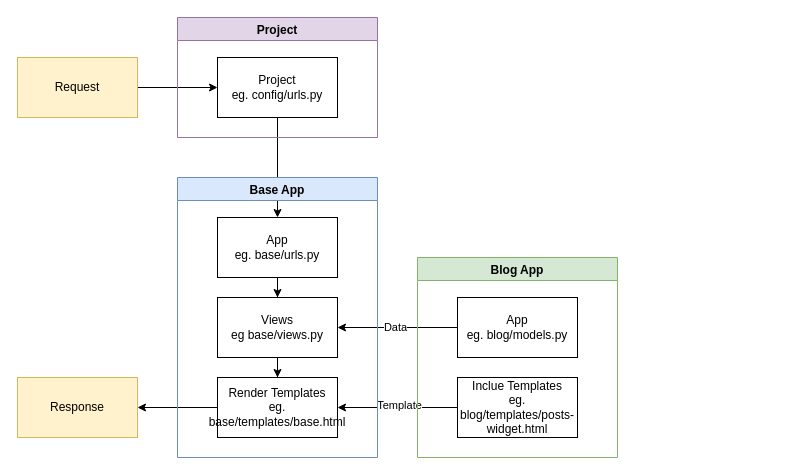
Before: Django.drawio in freiholtz/freiholtz, a draw.io diagram. Source tidied: cells renumbered, new cells numbered last; positions are measured from the earlier drawing's top-left corner, leaving out a move shared by most shapes. Both pictures are drawn from the tidied source at 100%, with x=0, y=0 at pixel (17, 17).
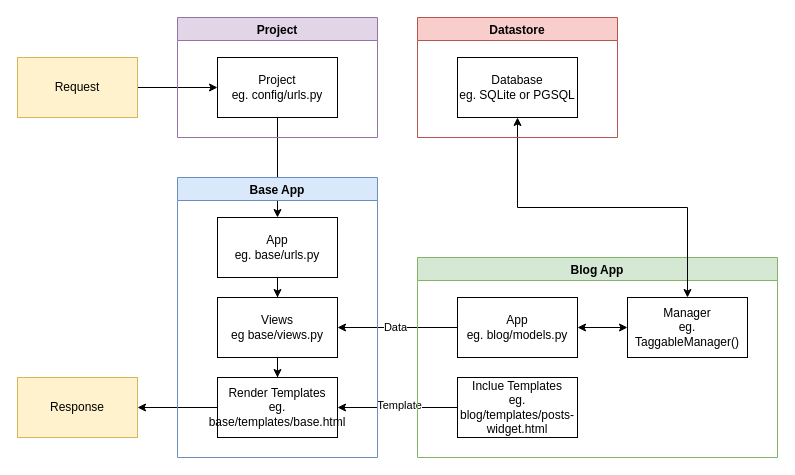
The same diagram, later.

Change to the diagram source:
```diff
@@
     <mxCell id="17" value="Blog App" style="swimlane;fillColor=#d5e8d4;strokeColor=#82b366;" parent="1" vertex="1">
-      <mxGeometry x="400" y="240" width="200" height="200" as="geometry" />
+      <mxGeometry x="400" y="240" width="360" height="200" as="geometry" />
     </mxCell>
@@
+    <mxCell id="22" value="Manager&lt;br&gt;eg. TaggableManager()" style="rounded=0;whiteSpace=wrap;html=1;" parent="17" vertex="1">
+      <mxGeometry x="210" y="40" width="120" height="60" as="geometry" />
+    </mxCell>
@@
+    <mxCell id="23" style="endArrow=classic;startArrow=classic;html=1;rounded=0;entryX=0;entryY=0.5;entryDx=0;entryDy=0;" parent="1" edge="1" target="22">
+      <mxGeometry relative="1" as="geometry">
+        <mxPoint x="560" y="310" as="sourcePoint" />
+      </mxGeometry>
+    </mxCell>
+    <mxCell id="24" style="edgeStyle=orthogonalEdgeStyle;rounded=0;jettySize=auto;html=1;exitX=0.5;exitY=0;exitDx=0;exitDy=0;startArrow=classic;startFill=1;" parent="1" edge="1" source="22" target="26">
+      <mxGeometry relative="1" as="geometry" />
+    </mxCell>
+    <mxCell id="25" value="Datastore" style="swimlane;fillColor=#f8cecc;strokeColor=#b85450;" parent="1" vertex="1">
+      <mxGeometry x="400" width="200" height="120" as="geometry" />
+    </mxCell>
+    <mxCell id="26" value="Database&lt;br&gt;eg. SQLite or PGSQL" style="rounded=0;whiteSpace=wrap;html=1;" parent="25" vertex="1">
+      <mxGeometry x="40" y="40" width="120" height="60" as="geometry" />
+    </mxCell>
```
